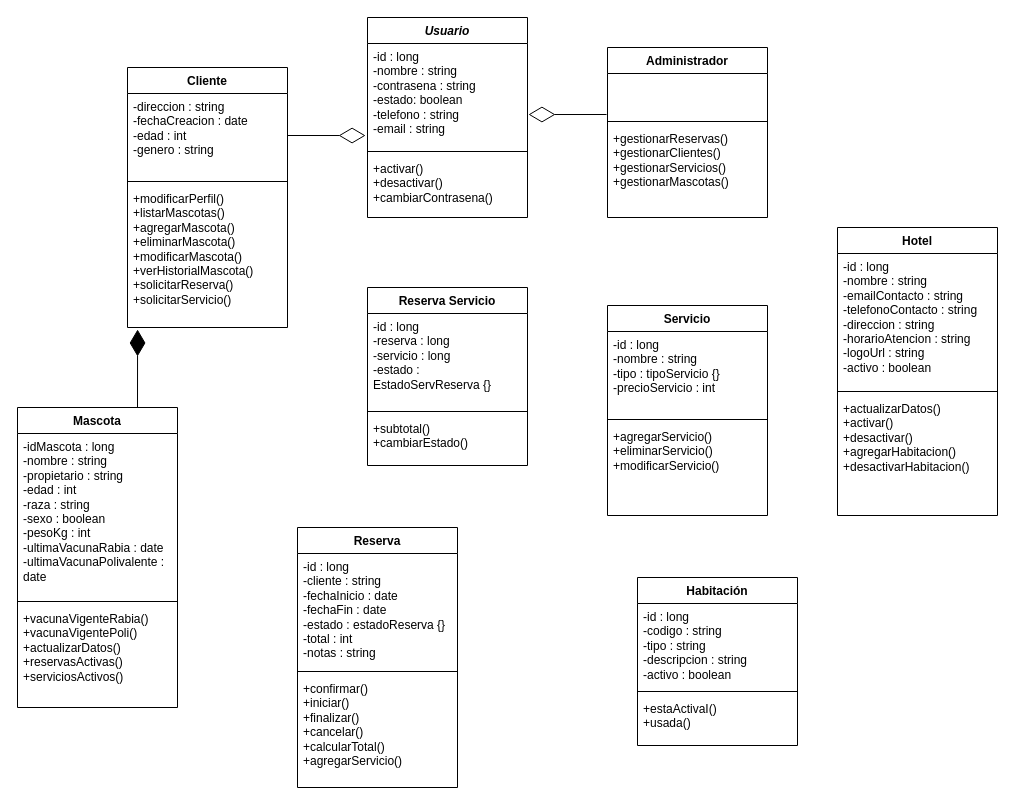
Earlier version of the draw.io diagram Diagrama sin título.drawio (Nicolas-2794/ClubDelCan). Source tidied: cells renumbered, new cells numbered last; positions are measured from the earlier drawing's top-left corner, leaving out a move shared by most shapes. Both pictures are drawn from the tidied source at 100%, with x=0, y=0 at pixel (17, 17).
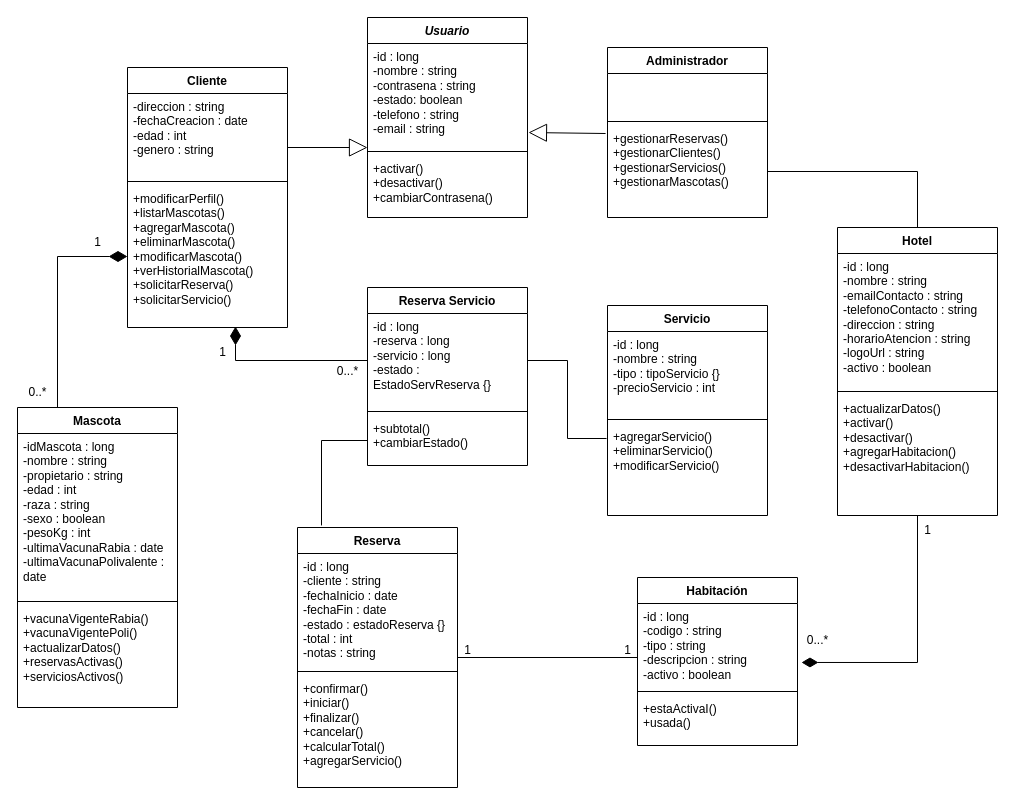
Above is the later version.

Commit message:
Diagrama-Clases-v1

Unchanged cells that the change refers to:
```xml
<mxCell id="3" value="&amp;nbsp;" style="text;strokeColor=none;fillColor=none;align=left;verticalAlign=top;spacingLeft=4;spacingRight=4;overflow=hidden;points=[[0,0.5],[1,0.5]];portConstraint=eastwest;whiteSpace=wrap;html=1;" parent="2" vertex="1">
  <mxGeometry y="26" width="160" height="44" as="geometry" />
</mxCell>
<mxCell id="5" value="+gestionarReservas()&lt;div&gt;+gestionarClientes()&lt;/div&gt;&lt;div&gt;+gestionarServicios()&lt;/div&gt;&lt;div&gt;+gestionarMascotas()&lt;/div&gt;&lt;div&gt;&lt;br&gt;&lt;/div&gt;" style="text;strokeColor=none;fillColor=none;align=left;verticalAlign=top;spacingLeft=4;spacingRight=4;overflow=hidden;points=[[0,0.5],[1,0.5]];portConstraint=eastwest;whiteSpace=wrap;html=1;" parent="2" vertex="1">
  <mxGeometry y="78" width="160" height="92" as="geometry" />
</mxCell>
<mxCell id="7" value="-id : long&lt;div&gt;-codigo : string&lt;/div&gt;&lt;div&gt;-tipo : string&lt;/div&gt;&lt;div&gt;-descripcion : string&lt;/div&gt;&lt;div&gt;-activo : boolean&lt;/div&gt;" style="text;strokeColor=none;fillColor=none;align=left;verticalAlign=top;spacingLeft=4;spacingRight=4;overflow=hidden;points=[[0,0.5],[1,0.5]];portConstraint=eastwest;whiteSpace=wrap;html=1;" parent="6" vertex="1">
  <mxGeometry y="26" width="160" height="84" as="geometry" />
</mxCell>
<mxCell id="13" value="&lt;div&gt;+agregarServicio()&lt;/div&gt;&lt;div&gt;+eliminarServicio()&lt;/div&gt;&lt;div&gt;+modificarServicio()&lt;/div&gt;" style="text;strokeColor=none;fillColor=none;align=left;verticalAlign=top;spacingLeft=4;spacingRight=4;overflow=hidden;points=[[0,0.5],[1,0.5]];portConstraint=eastwest;whiteSpace=wrap;html=1;" parent="10" vertex="1">
  <mxGeometry y="118" width="160" height="92" as="geometry" />
</mxCell>
<mxCell id="14" value="Reserva" style="swimlane;fontStyle=1;align=center;verticalAlign=top;horizontal=1;startSize=26;whiteSpace=wrap;html=1;" parent="1" vertex="1">
  <mxGeometry x="280" y="510" width="160" height="260" as="geometry" />
</mxCell>
<mxCell id="19" value="&lt;div&gt;-id : long&lt;/div&gt;&lt;div&gt;-nombre : string&lt;/div&gt;&lt;div&gt;-contrasena : string&lt;/div&gt;&lt;div&gt;-estado: boolean&lt;/div&gt;&lt;div&gt;-telefono : string&lt;/div&gt;&lt;div&gt;-email : string&lt;/div&gt;&lt;div&gt;&lt;br&gt;&lt;/div&gt;" style="text;strokeColor=none;fillColor=none;align=left;verticalAlign=top;spacingLeft=4;spacingRight=4;overflow=hidden;points=[[0,0.5],[1,0.5]];portConstraint=eastwest;whiteSpace=wrap;html=1;" parent="18" vertex="1">
  <mxGeometry y="26" width="160" height="104" as="geometry" />
</mxCell>
<mxCell id="23" value="&lt;div&gt;-direccion : string&lt;/div&gt;&lt;div&gt;-fechaCreacion : date&lt;/div&gt;&lt;div&gt;-edad : int&lt;/div&gt;&lt;div&gt;-genero : string&lt;/div&gt;&lt;div&gt;&lt;br&gt;&lt;/div&gt;" style="text;strokeColor=none;fillColor=none;align=left;verticalAlign=top;spacingLeft=4;spacingRight=4;overflow=hidden;points=[[0,0.5],[1,0.5]];portConstraint=eastwest;whiteSpace=wrap;html=1;" parent="22" vertex="1">
  <mxGeometry y="26" width="160" height="84" as="geometry" />
</mxCell>
<mxCell id="25" value="&lt;div&gt;&lt;div&gt;+modificarPerfil()&lt;/div&gt;&lt;/div&gt;&lt;div&gt;+listarMascotas()&lt;/div&gt;&lt;div&gt;+agregarMascota()&lt;/div&gt;&lt;div&gt;+eliminarMascota()&lt;/div&gt;&lt;div&gt;+modificarMascota()&lt;/div&gt;&lt;div&gt;+verHistorialMascota()&lt;/div&gt;&lt;div&gt;+solicitarReserva()&lt;/div&gt;&lt;div&gt;+solicitarServicio()&lt;/div&gt;&lt;div&gt;&lt;br&gt;&lt;/div&gt;" style="text;strokeColor=none;fillColor=none;align=left;verticalAlign=top;spacingLeft=4;spacingRight=4;overflow=hidden;points=[[0,0.5],[1,0.5]];portConstraint=eastwest;whiteSpace=wrap;html=1;" parent="22" vertex="1">
  <mxGeometry y="118" width="160" height="142" as="geometry" />
</mxCell>
<mxCell id="26" value="Mascota" style="swimlane;fontStyle=1;align=center;verticalAlign=top;horizontal=1;startSize=26;whiteSpace=wrap;html=1;" parent="1" vertex="1">
  <mxGeometry y="390" width="160" height="300" as="geometry" />
</mxCell>
<mxCell id="30" value="&lt;div&gt;Hotel&lt;/div&gt;" style="swimlane;fontStyle=1;align=center;verticalAlign=top;horizontal=1;startSize=26;whiteSpace=wrap;html=1;" parent="1" vertex="1">
  <mxGeometry x="820" y="210" width="160" height="288" as="geometry" />
</mxCell>
<mxCell id="35" value="-id : long&lt;div&gt;-reserva : long&lt;/div&gt;&lt;div&gt;-servicio : long&lt;/div&gt;&lt;div&gt;-estado : EstadoServReserva {}&lt;/div&gt;" style="text;strokeColor=none;fillColor=none;align=left;verticalAlign=top;spacingLeft=4;spacingRight=4;overflow=hidden;points=[[0,0.5],[1,0.5]];portConstraint=eastwest;whiteSpace=wrap;html=1;" parent="34" vertex="1">
  <mxGeometry y="26" width="160" height="94" as="geometry" />
</mxCell>
<mxCell id="37" value="+subtotal()&lt;div&gt;+cambiarEstado()&lt;/div&gt;" style="text;strokeColor=none;fillColor=none;align=left;verticalAlign=top;spacingLeft=4;spacingRight=4;overflow=hidden;points=[[0,0.5],[1,0.5]];portConstraint=eastwest;whiteSpace=wrap;html=1;" parent="34" vertex="1">
  <mxGeometry y="128" width="160" height="50" as="geometry" />
</mxCell>
```

Diff of the diagram source:
```diff
@@
+    <mxCell id="40" style="edgeStyle=orthogonalEdgeStyle;rounded=0;jettySize=auto;html=1;exitX=0.25;exitY=0;exitDx=0;exitDy=0;entryX=0;entryY=0.5;entryDx=0;entryDy=0;endArrow=diamondThin;endFill=1;endSize=16;" parent="1" edge="1" source="26" target="25">
+      <mxGeometry relative="1" as="geometry" />
+    </mxCell>
@@
-    <mxCell id="38" style="endArrow=diamondThin;endFill=0;endSize=24;html=1;rounded=0;exitX=1;exitY=0.5;exitDx=0;exitDy=0;entryX=-0.012;entryY=0.885;entryDx=0;entryDy=0;entryPerimeter=0;" parent="1" edge="1" source="23" target="19">
-      <mxGeometry relative="1" as="geometry" />
-    </mxCell>
-    <mxCell id="39" style="endArrow=diamondThin;endFill=0;endSize=24;html=1;rounded=0;exitX=-0.006;exitY=0.932;exitDx=0;exitDy=0;entryX=1.006;entryY=0.683;entryDx=0;entryDy=0;entryPerimeter=0;exitPerimeter=0;" parent="1" edge="1" source="3" target="19">
-      <mxGeometry relative="1" as="geometry" />
-    </mxCell>
-    <mxCell id="40" style="endArrow=diamondThin;endFill=1;endSize=24;html=1;rounded=0;exitX=0.75;exitY=0;exitDx=0;exitDy=0;entryX=0.063;entryY=1.014;entryDx=0;entryDy=0;entryPerimeter=0;" parent="1" edge="1" source="26" target="25">
-      <mxGeometry relative="1" as="geometry" />
-    </mxCell>
+    <mxCell id="41" style="endArrow=block;endSize=16;endFill=0;html=1;rounded=0;" parent="1" edge="1">
+      <mxGeometry relative="1" as="geometry">
+        <mxPoint x="270" y="130" as="sourcePoint" />
+        <mxPoint x="350" y="130" as="targetPoint" />
+      </mxGeometry>
+    </mxCell>
+    <mxCell id="42" style="endArrow=block;endSize=16;endFill=0;html=1;rounded=0;exitX=-0.012;exitY=0.087;exitDx=0;exitDy=0;exitPerimeter=0;entryX=1.006;entryY=0.856;entryDx=0;entryDy=0;entryPerimeter=0;" parent="1" edge="1" source="5" target="19">
+      <mxGeometry relative="1" as="geometry" />
+    </mxCell>
+    <mxCell id="43" style="edgeStyle=orthogonalEdgeStyle;rounded=0;jettySize=auto;html=1;entryX=0.5;entryY=0;entryDx=0;entryDy=0;endArrow=none;endFill=0;" parent="1" edge="1" source="5" target="30">
+      <mxGeometry relative="1" as="geometry" />
+    </mxCell>
+    <mxCell id="44" value="0..*" style="text;html=1;align=center;verticalAlign=middle;strokeColor=none;fillColor=none;" parent="1" vertex="1">
+      <mxGeometry y="360" width="40" height="30" as="geometry" />
+    </mxCell>
+    <mxCell id="45" value="1" style="text;html=1;align=center;verticalAlign=middle;strokeColor=none;fillColor=none;" parent="1" vertex="1">
+      <mxGeometry x="65" y="210" width="30" height="30" as="geometry" />
+    </mxCell>
+    <mxCell id="46" style="edgeStyle=orthogonalEdgeStyle;rounded=0;jettySize=auto;html=1;exitX=0;exitY=0.5;exitDx=0;exitDy=0;entryX=0.675;entryY=0.993;entryDx=0;entryDy=0;entryPerimeter=0;endArrow=diamondThin;endFill=1;endSize=16;" parent="1" edge="1" source="35" target="25">
+      <mxGeometry relative="1" as="geometry" />
+    </mxCell>
+    <mxCell id="47" value="1" style="text;html=1;align=center;verticalAlign=middle;strokeColor=none;fillColor=none;" parent="1" vertex="1">
+      <mxGeometry x="190" y="320" width="30" height="30" as="geometry" />
+    </mxCell>
+    <mxCell id="48" value="0...*" style="text;html=1;align=center;verticalAlign=middle;strokeColor=none;fillColor=none;" parent="1" vertex="1">
+      <mxGeometry x="310" y="339" width="40" height="30" as="geometry" />
+    </mxCell>
+    <mxCell id="49" style="edgeStyle=orthogonalEdgeStyle;rounded=0;jettySize=auto;html=1;entryX=-0.006;entryY=0.163;entryDx=0;entryDy=0;entryPerimeter=0;endArrow=none;endFill=0;" parent="1" edge="1" source="35" target="13">
+      <mxGeometry relative="1" as="geometry" />
+    </mxCell>
+    <mxCell id="50" style="edgeStyle=orthogonalEdgeStyle;rounded=0;jettySize=auto;html=1;entryX=0.15;entryY=-0.008;entryDx=0;entryDy=0;entryPerimeter=0;endArrow=none;endFill=0;" parent="1" edge="1" source="37" target="14">
+      <mxGeometry relative="1" as="geometry" />
+    </mxCell>
+    <mxCell id="51" style="edgeStyle=orthogonalEdgeStyle;rounded=0;jettySize=auto;html=1;entryX=1.025;entryY=0.702;entryDx=0;entryDy=0;entryPerimeter=0;endArrow=diamondThin;endFill=1;endSize=14;" parent="1" edge="1" source="30" target="7">
+      <mxGeometry relative="1" as="geometry" />
+    </mxCell>
+    <mxCell id="52" value="1" style="text;html=1;align=center;verticalAlign=middle;strokeColor=none;fillColor=none;" parent="1" vertex="1">
+      <mxGeometry x="895" y="498" width="30" height="30" as="geometry" />
+    </mxCell>
+    <mxCell id="53" value="0...*" style="text;html=1;align=center;verticalAlign=middle;strokeColor=none;fillColor=none;" parent="1" vertex="1">
+      <mxGeometry x="780" y="608" width="40" height="30" as="geometry" />
+    </mxCell>
+    <mxCell id="54" style="edgeStyle=orthogonalEdgeStyle;rounded=0;jettySize=auto;html=1;entryX=0;entryY=0.643;entryDx=0;entryDy=0;entryPerimeter=0;endArrow=none;endFill=0;" parent="1" edge="1" source="14" target="7">
+      <mxGeometry relative="1" as="geometry" />
+    </mxCell>
+    <mxCell id="55" value="1" style="text;html=1;align=center;verticalAlign=middle;strokeColor=none;fillColor=none;" parent="1" vertex="1">
+      <mxGeometry x="435" y="618" width="30" height="30" as="geometry" />
+    </mxCell>
+    <mxCell id="56" value="1" style="text;html=1;align=center;verticalAlign=middle;strokeColor=none;fillColor=none;" parent="1" vertex="1">
+      <mxGeometry x="595" y="618" width="30" height="30" as="geometry" />
+    </mxCell>
```
